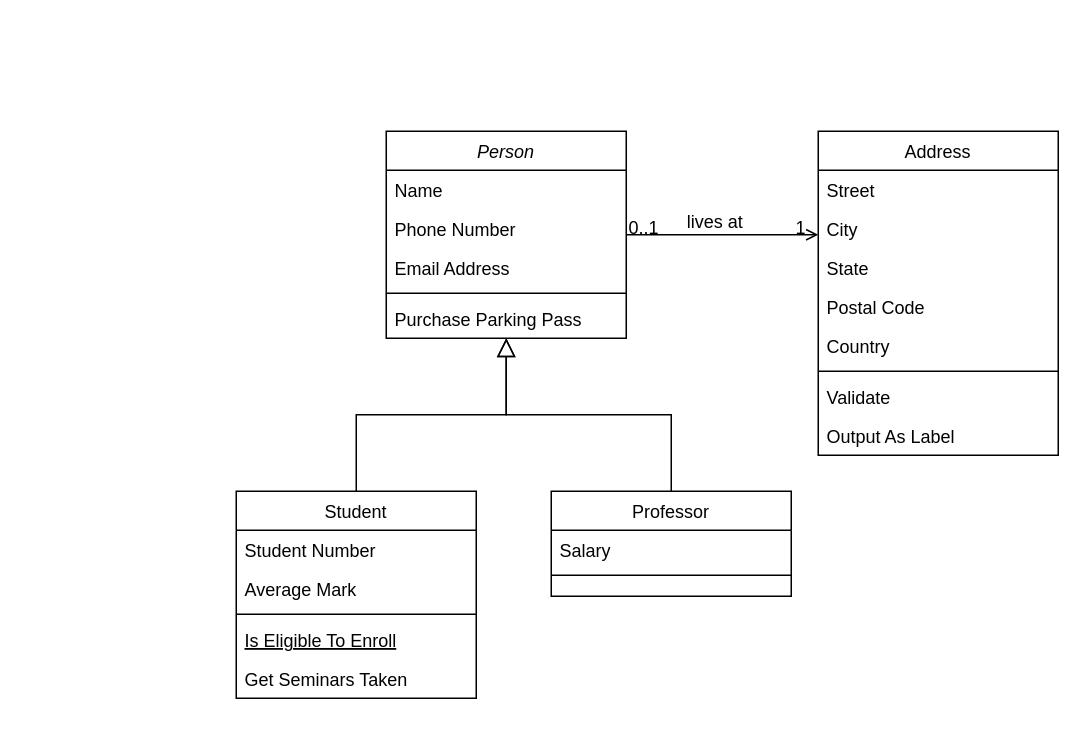
This is Untitled Diagram.drawio from hagNone/Precision_baking, a draw.io file, before an edit. Source tidied: cells renumbered, new cells numbered last; positions are measured from the earlier drawing's top-left corner, leaving out a move shared by most shapes. Both pictures are drawn from the tidied source at 150%, with x=0, y=0 at pixel (236, 130).
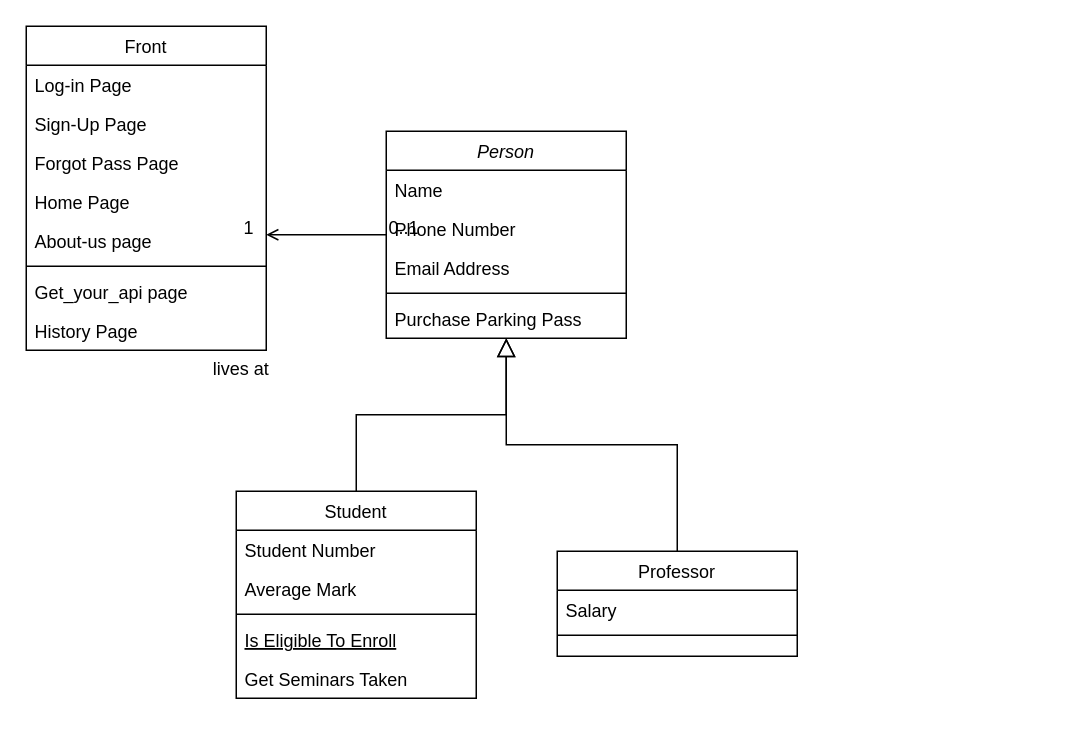
The same page after the edit.

Change to the diagram source:
```diff
@@
     <mxCell id="15" value="Professor" style="swimlane;fontStyle=0;align=center;verticalAlign=top;horizontal=1;startSize=26;rounded=0;shadow=0;strokeWidth=1;" parent="1" vertex="1">
-      <mxGeometry x="210" y="240" width="160" height="70" as="geometry" />
+      <mxGeometry x="214" y="280" width="160" height="70" as="geometry" />
     </mxCell>
@@
-    <mxCell id="19" value="Address" style="swimlane;fontStyle=0;align=center;verticalAlign=top;horizontal=1;startSize=26;rounded=0;shadow=0;strokeWidth=1;" parent="1" vertex="1">
-      <mxGeometry x="388" width="160" height="216" as="geometry" />
+    <mxCell id="19" value="Front" style="swimlane;fontStyle=0;align=center;verticalAlign=top;horizontal=1;startSize=26;rounded=0;shadow=0;strokeWidth=1;" parent="1" vertex="1">
+      <mxGeometry x="-140" y="-70" width="160" height="216" as="geometry" />
     </mxCell>
-    <mxCell id="20" value="Street" style="text;align=left;verticalAlign=top;spacingLeft=4;spacingRight=4;overflow=hidden;" parent="19" vertex="1">
+    <mxCell id="20" value="Log-in Page" style="text;align=left;verticalAlign=top;spacingLeft=4;spacingRight=4;overflow=hidden;" parent="19" vertex="1">
       <mxGeometry y="26" width="160" height="26" as="geometry" />
     </mxCell>
-    <mxCell id="21" value="City" style="text;align=left;verticalAlign=top;spacingLeft=4;spacingRight=4;overflow=hidden;rounded=0;shadow=0;html=0;" parent="19" vertex="1">
+    <mxCell id="21" value="Sign-Up Page" style="text;align=left;verticalAlign=top;spacingLeft=4;spacingRight=4;overflow=hidden;rounded=0;shadow=0;html=0;" parent="19" vertex="1">
       <mxGeometry y="52" width="160" height="26" as="geometry" />
     </mxCell>
-    <mxCell id="22" value="State" style="text;align=left;verticalAlign=top;spacingLeft=4;spacingRight=4;overflow=hidden;rounded=0;shadow=0;html=0;" parent="19" vertex="1">
+    <mxCell id="22" value="Forgot Pass Page" style="text;align=left;verticalAlign=top;spacingLeft=4;spacingRight=4;overflow=hidden;rounded=0;shadow=0;html=0;" parent="19" vertex="1">
       <mxGeometry y="78" width="160" height="26" as="geometry" />
     </mxCell>
-    <mxCell id="23" value="Postal Code" style="text;align=left;verticalAlign=top;spacingLeft=4;spacingRight=4;overflow=hidden;rounded=0;shadow=0;html=0;" parent="19" vertex="1">
+    <mxCell id="23" value="Home Page" style="text;align=left;verticalAlign=top;spacingLeft=4;spacingRight=4;overflow=hidden;rounded=0;shadow=0;html=0;" parent="19" vertex="1">
       <mxGeometry y="104" width="160" height="26" as="geometry" />
     </mxCell>
-    <mxCell id="24" value="Country" style="text;align=left;verticalAlign=top;spacingLeft=4;spacingRight=4;overflow=hidden;rounded=0;shadow=0;html=0;" parent="19" vertex="1">
+    <mxCell id="24" value="About-us page" style="text;align=left;verticalAlign=top;spacingLeft=4;spacingRight=4;overflow=hidden;rounded=0;shadow=0;html=0;" parent="19" vertex="1">
       <mxGeometry y="130" width="160" height="26" as="geometry" />
     </mxCell>
@@
-    <mxCell id="26" value="Validate" style="text;align=left;verticalAlign=top;spacingLeft=4;spacingRight=4;overflow=hidden;" parent="19" vertex="1">
+    <mxCell id="26" value="Get_your_api page" style="text;align=left;verticalAlign=top;spacingLeft=4;spacingRight=4;overflow=hidden;" parent="19" vertex="1">
       <mxGeometry y="164" width="160" height="26" as="geometry" />
     </mxCell>
-    <mxCell id="27" value="Output As Label" style="text;align=left;verticalAlign=top;spacingLeft=4;spacingRight=4;overflow=hidden;" parent="19" vertex="1">
+    <mxCell id="27" value="History Page" style="text;align=left;verticalAlign=top;spacingLeft=4;spacingRight=4;overflow=hidden;" parent="19" vertex="1">
       <mxGeometry y="190" width="160" height="26" as="geometry" />
     </mxCell>
```
